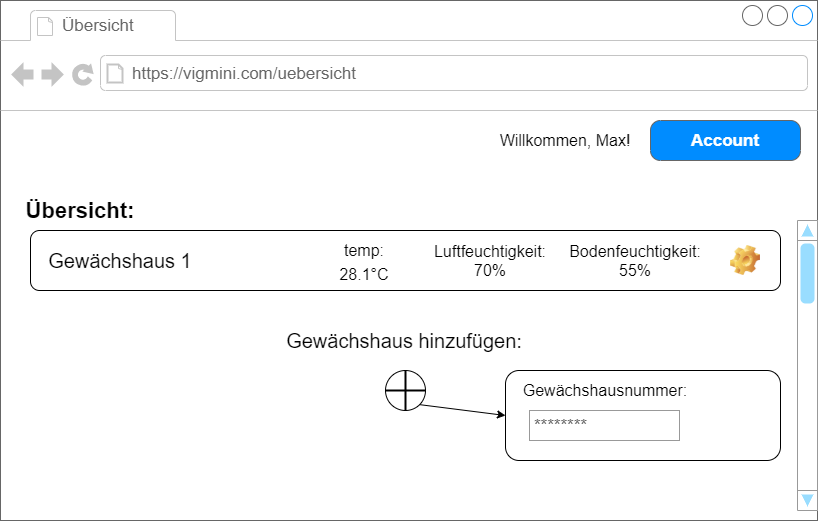
This is Dokumente/Rescourcen/Mockups/Übersicht.png from Pixelherz23/V.I.G-Mini, a draw.io export, as it was before one commit. Source tidied: cells renumbered, new cells last; positions are measured from the earlier drawing's top-left corner, leaving out a move shared by most shapes.
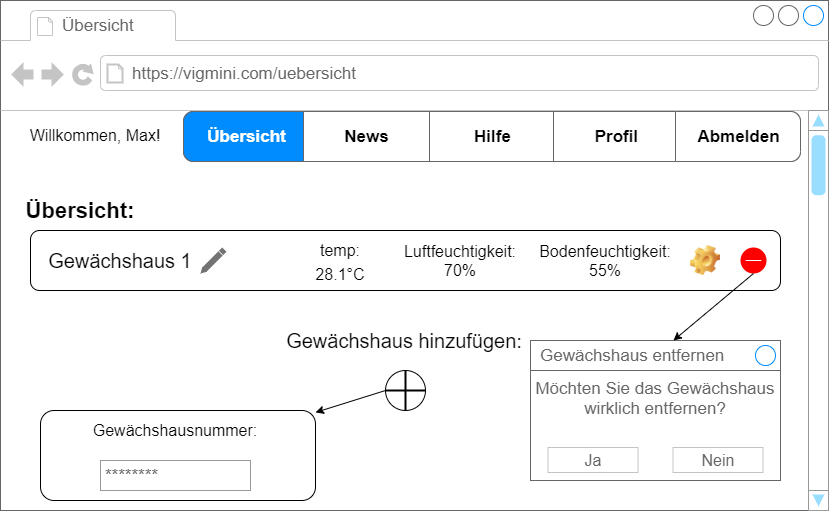
The same diagram one commit later.

The edit, as a diff of the source:
```diff
@@ -3,7 +3,7 @@
     <mxCell id="0" />
     <mxCell id="1" parent="0" />
     <mxCell id="2" style="strokeWidth=1;shadow=0;dashed=0;align=center;html=1;shape=mxgraph.mockup.containers.browserWindow;rSize=0;strokeColor=#666666;strokeColor2=#008cff;strokeColor3=#c4c4c4;mainText=,;" parent="1" vertex="1">
-      <mxGeometry width="817" height="520" as="geometry" />
+      <mxGeometry width="828" height="510" as="geometry" />
     </mxCell>
     <mxCell id="3" value="Übersicht" style="strokeWidth=1;shadow=0;dashed=0;align=center;html=1;shape=mxgraph.mockup.containers.anchor;fontSize=17;fontColor=#666666;align=left;" parent="2" vertex="1">
       <mxGeometry x="60" y="12" width="110" height="26" as="geometry" />
@@ -11,11 +11,8 @@
     <mxCell id="4" value="https://vigmini.com/uebersicht" style="strokeWidth=1;shadow=0;dashed=0;align=center;html=1;shape=mxgraph.mockup.containers.anchor;rSize=0;fontSize=17;fontColor=#666666;align=left;" parent="2" vertex="1">
       <mxGeometry x="130" y="60" width="250" height="26" as="geometry" />
     </mxCell>
-    <mxCell id="5" value="Account" style="strokeWidth=1;shadow=0;dashed=0;align=center;html=1;shape=mxgraph.mockup.buttons.button;strokeColor=#666666;fontColor=#ffffff;mainText=;buttonStyle=round;fontSize=17;fontStyle=1;fillColor=#008cff;whiteSpace=wrap;" parent="2" vertex="1">
-      <mxGeometry x="650" y="120" width="150" height="40" as="geometry" />
-    </mxCell>
     <mxCell id="6" value="Willkommen, Max!" style="text;html=1;strokeColor=none;fillColor=none;align=center;verticalAlign=middle;whiteSpace=wrap;rounded=0;fontSize=16;" parent="2" vertex="1">
-      <mxGeometry x="490" y="130" width="150" height="20" as="geometry" />
+      <mxGeometry x="20" y="125" width="150" height="20" as="geometry" />
     </mxCell>
     <mxCell id="7" style="rounded=1;whiteSpace=wrap;html=1;fontSize=16;" parent="2" vertex="1">
       <mxGeometry x="30" y="230" width="750" height="60" as="geometry" />
@@ -27,16 +24,16 @@
       <mxGeometry x="40" y="250" width="160" height="20" as="geometry" />
     </mxCell>
     <mxCell id="10" value="&lt;font style=&quot;font-size: 16px&quot;&gt;temp: 28.1°C&lt;/font&gt;" style="text;html=1;strokeColor=none;fillColor=none;align=center;verticalAlign=middle;whiteSpace=wrap;rounded=0;fontSize=20;" parent="2" vertex="1">
-      <mxGeometry x="324" y="250" width="80" height="20" as="geometry" />
+      <mxGeometry x="300" y="250" width="80" height="20" as="geometry" />
     </mxCell>
     <mxCell id="11" value="Luftfeuchtigkeit:&lt;br&gt;70%" style="text;html=1;strokeColor=none;fillColor=none;align=center;verticalAlign=middle;whiteSpace=wrap;rounded=0;fontSize=16;" parent="2" vertex="1">
-      <mxGeometry x="420" y="250" width="140" height="20" as="geometry" />
+      <mxGeometry x="390" y="250" width="140" height="20" as="geometry" />
     </mxCell>
     <mxCell id="12" value="Bodenfeuchtigkeit:&lt;br&gt;55%" style="text;html=1;strokeColor=none;fillColor=none;align=center;verticalAlign=middle;whiteSpace=wrap;rounded=0;fontSize=16;" parent="2" vertex="1">
-      <mxGeometry x="570" y="250" width="130" height="20" as="geometry" />
+      <mxGeometry x="540" y="250" width="130" height="20" as="geometry" />
     </mxCell>
     <mxCell id="13" style="shape=image;html=1;verticalLabelPosition=bottom;verticalAlign=top;imageAspect=0;image=img/clipart/Gear_128x128.png;fontSize=16;" parent="2" vertex="1">
-      <mxGeometry x="730" y="245" width="30" height="30" as="geometry" />
+      <mxGeometry x="690" y="245" width="30" height="30" as="geometry" />
     </mxCell>
     <mxCell id="14" style="ellipse;whiteSpace=wrap;html=1;fontSize=16;" parent="2" vertex="1">
       <mxGeometry x="385" y="370" width="40" height="40" as="geometry" />
@@ -50,20 +47,79 @@
     <mxCell id="17" style="line;strokeWidth=2;html=1;fontSize=16;rotation=0;direction=west;" parent="2" vertex="1">
       <mxGeometry x="385" y="385" width="40" height="10" as="geometry" />
     </mxCell>
-    <mxCell id="18" style="endArrow=classic;html=1;fontSize=16;entryX=0;entryY=0.5;entryDx=0;entryDy=0;exitX=1;exitY=1;exitDx=0;exitDy=0;" parent="2" edge="1" source="14" target="19">
+    <mxCell id="18" style="endArrow=classic;html=1;fontSize=16;exitX=0;exitY=0.5;exitDx=0;exitDy=0;" parent="2" edge="1" source="14" target="19">
       <mxGeometry relative="1" as="geometry" />
     </mxCell>
     <mxCell id="19" style="rounded=1;whiteSpace=wrap;html=1;fontSize=16;" parent="2" vertex="1">
-      <mxGeometry x="505" y="370" width="275" height="90" as="geometry" />
+      <mxGeometry x="40" y="410" width="275" height="90" as="geometry" />
     </mxCell>
     <mxCell id="20" value="********" style="strokeWidth=1;shadow=0;dashed=0;align=center;html=1;shape=mxgraph.mockup.forms.pwField;strokeColor=#999999;mainText=;align=left;fontColor=#666666;fontSize=17;spacingLeft=3;" parent="2" vertex="1">
-      <mxGeometry x="529" y="410" width="150" height="30" as="geometry" />
+      <mxGeometry x="100" y="460" width="150" height="30" as="geometry" />
     </mxCell>
     <mxCell id="21" value="Gewächshausnummer:" style="text;html=1;strokeColor=none;fillColor=none;align=center;verticalAlign=middle;whiteSpace=wrap;rounded=0;fontSize=16;" parent="2" vertex="1">
-      <mxGeometry x="520" y="380" width="170" height="20" as="geometry" />
+      <mxGeometry x="90" y="420" width="170" height="20" as="geometry" />
     </mxCell>
     <mxCell id="22" style="verticalLabelPosition=bottom;shadow=0;dashed=0;align=center;html=1;verticalAlign=top;strokeWidth=1;shape=mxgraph.mockup.navigation.scrollBar;strokeColor=#999999;barPos=98.421;fillColor2=#99ddff;strokeColor2=none;direction=north;fontSize=16;" parent="2" vertex="1">
-      <mxGeometry x="797" y="220" width="20" height="290" as="geometry" />
+      <mxGeometry x="808" y="110" width="20" height="400" as="geometry" />
     </mxCell>
+    <mxCell id="23" style="edgeStyle=orthogonalEdgeStyle;rounded=0;orthogonalLoop=1;jettySize=auto;html=1;exitX=0.5;exitY=1;exitDx=0;exitDy=0;" parent="2" edge="1" source="6" target="6">
+      <mxGeometry relative="1" as="geometry" />
+    </mxCell>
+    <mxCell id="24" style="html=1;verticalLabelPosition=bottom;labelBackgroundColor=#ffffff;verticalAlign=top;shadow=0;dashed=0;strokeWidth=2;shape=mxgraph.ios7.misc.delete;fillColor=#ff0000;strokeColor=#ffffff;" parent="2" vertex="1">
+      <mxGeometry x="740" y="247" width="26" height="26" as="geometry" />
+    </mxCell>
+    <mxCell id="25" value="Möchten Sie das Gewächshaus&lt;br&gt;wirklich entfernen?" style="strokeWidth=1;shadow=0;dashed=0;align=center;html=1;shape=mxgraph.mockup.containers.rrect;rSize=0;strokeColor=#666666;fontColor=#666666;fontSize=17;verticalAlign=top;whiteSpace=wrap;fillColor=#ffffff;spacingTop=32;" parent="2" vertex="1">
+      <mxGeometry x="530" y="340" width="250" height="140" as="geometry" />
+    </mxCell>
+    <mxCell id="26" value="Gewächshaus entfernen" style="strokeWidth=1;shadow=0;dashed=0;align=center;html=1;shape=mxgraph.mockup.containers.rrect;rSize=0;fontSize=17;fontColor=#666666;strokeColor=#666666;align=left;spacingLeft=8;fillColor=none;" parent="25" vertex="1">
+      <mxGeometry width="250" height="30" relative="1" as="geometry" />
+    </mxCell>
+    <mxCell id="27" style="shape=ellipse;strokeColor=#008cff;fillColor=none;html=1;" parent="26" vertex="1">
+      <mxGeometry x="1" y="0.5" width="20" height="20" relative="1" as="geometry">
+        <mxPoint x="-25" y="-10" as="offset" />
+      </mxGeometry>
+    </mxCell>
+    <mxCell id="28" value="Ja" style="strokeWidth=1;shadow=0;dashed=0;align=center;html=1;shape=mxgraph.mockup.containers.rrect;rSize=0;fontSize=16;fontColor=#666666;strokeColor=#c4c4c4;whiteSpace=wrap;fillColor=none;" parent="25" vertex="1">
+      <mxGeometry x="0.25" y="1" width="90" height="25" relative="1" as="geometry">
+        <mxPoint x="-45" y="-33" as="offset" />
+      </mxGeometry>
+    </mxCell>
+    <mxCell id="29" value="Nein" style="strokeWidth=1;shadow=0;dashed=0;align=center;html=1;shape=mxgraph.mockup.containers.rrect;rSize=0;fontSize=16;fontColor=#666666;strokeColor=#c4c4c4;whiteSpace=wrap;fillColor=none;" parent="25" vertex="1">
+      <mxGeometry x="0.75" y="1" width="90" height="25" relative="1" as="geometry">
+        <mxPoint x="-45" y="-33" as="offset" />
+      </mxGeometry>
+    </mxCell>
+    <mxCell id="30" style="endArrow=classic;html=1;fontSize=16;exitX=0.5;exitY=1;exitDx=0;exitDy=0;exitPerimeter=0;" parent="2" edge="1" source="24" target="26">
+      <mxGeometry relative="1" as="geometry" />
+    </mxCell>
+    <mxCell id="31" style="strokeWidth=1;shadow=0;dashed=0;align=center;html=1;shape=mxgraph.mockup.rrect;rSize=10;fillColor=#ffffff;strokeColor=#666666;" parent="2" vertex="1">
+      <mxGeometry x="183" y="111" width="617" height="50" as="geometry" />
+    </mxCell>
+    <mxCell id="32" value="&lt;font color=&quot;#000000&quot;&gt;Hilfe&lt;/font&gt;" style="strokeColor=inherit;fillColor=inherit;gradientColor=inherit;strokeWidth=1;shadow=0;dashed=0;align=center;html=1;shape=mxgraph.mockup.rrect;rSize=0;fontSize=17;fontColor=#666666;fontStyle=1;" parent="31" vertex="1">
+      <mxGeometry width="125" height="50" relative="1" as="geometry">
+        <mxPoint x="246" as="offset" />
+      </mxGeometry>
+    </mxCell>
+    <mxCell id="33" value="&lt;font color=&quot;#000000&quot;&gt;Profil&lt;/font&gt;" style="strokeColor=inherit;fillColor=inherit;gradientColor=inherit;strokeWidth=1;shadow=0;dashed=0;align=center;html=1;shape=mxgraph.mockup.rrect;rSize=0;fontSize=17;fontColor=#666666;fontStyle=1;" parent="31" vertex="1">
+      <mxGeometry width="125" height="50" relative="1" as="geometry">
+        <mxPoint x="370" as="offset" />
+      </mxGeometry>
+    </mxCell>
+    <mxCell id="34" value="&lt;font color=&quot;#000000&quot;&gt;Abmelden&lt;/font&gt;" style="strokeColor=inherit;fillColor=inherit;gradientColor=inherit;strokeWidth=1;shadow=0;dashed=0;align=center;html=1;shape=mxgraph.mockup.rightButton;rSize=10;fontSize=17;fontColor=#666666;fontStyle=1;" parent="31" vertex="1">
+      <mxGeometry x="1" width="125" height="50" relative="1" as="geometry">
+        <mxPoint x="-125" as="offset" />
+      </mxGeometry>
+    </mxCell>
+    <mxCell id="35" value="Übersicht" style="strokeWidth=1;shadow=0;dashed=0;align=center;html=1;shape=mxgraph.mockup.leftButton;rSize=10;fontSize=17;fontColor=#ffffff;fontStyle=1;strokeColor=#666666;fillColor=#008CFF;" parent="31" vertex="1">
+      <mxGeometry width="125" height="50" relative="1" as="geometry" />
+    </mxCell>
+    <mxCell id="36" value="&lt;font color=&quot;#000000&quot;&gt;News&lt;/font&gt;" style="strokeColor=inherit;fillColor=inherit;gradientColor=inherit;strokeWidth=1;shadow=0;dashed=0;align=center;html=1;shape=mxgraph.mockup.rrect;rSize=0;fontSize=17;fontColor=#666666;fontStyle=1;" parent="31" vertex="1">
+      <mxGeometry width="126" height="50" relative="1" as="geometry">
+        <mxPoint x="120" as="offset" />
+      </mxGeometry>
+    </mxCell>
+    <mxCell id="37" style="dashed=0;verticalLabelPosition=bottom;verticalAlign=top;align=center;shape=mxgraph.gmdl.edit;strokeColor=none;fillColor=#737373;shadow=0;" parent="2" vertex="1">
+      <mxGeometry x="200" y="247" width="26" height="26" as="geometry" />
+    </mxCell>
   </root>
 </mxGraphModel>
```
